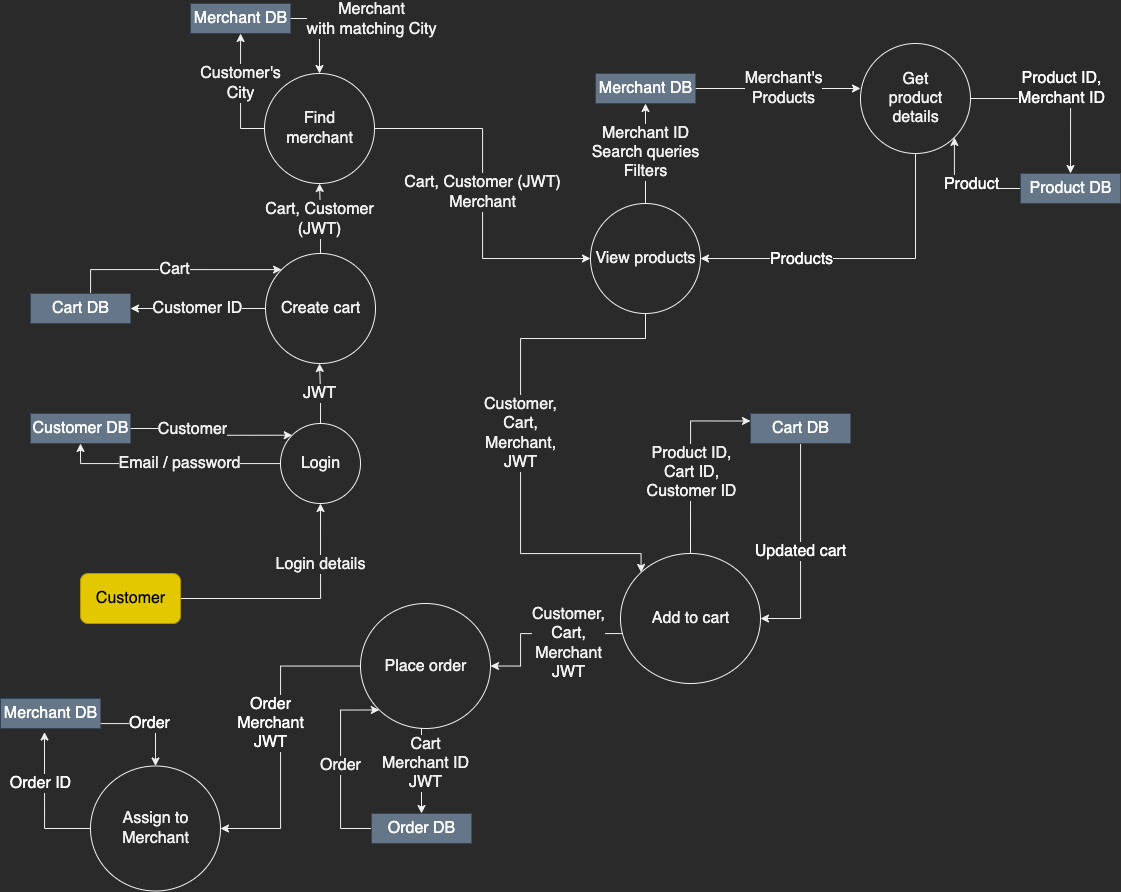
This is docs/diagrams/l1-order-products.png from fruGo-Team/fruGo, a draw.io export, as it was before one commit. Source tidied: cells renumbered, new cells last; positions are measured from the earlier drawing's top-left corner, leaving out a move shared by most shapes.
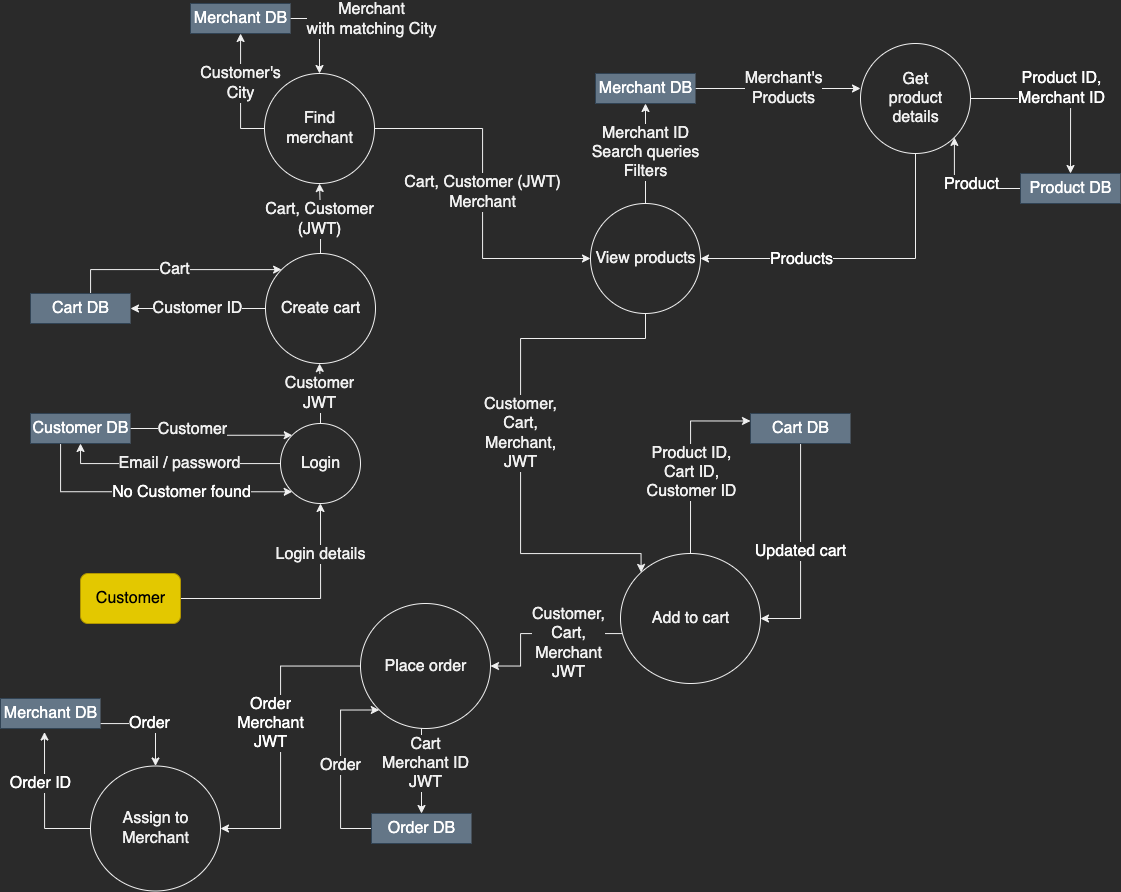
Above is the later version.

Commit message:
Add invalid Login path to L1 DD

Diff of the diagram source:
```diff
@@ -7,7 +7,7 @@
     </mxCell>
     <mxCell id="3" value="Login details" style="edgeLabel;html=1;align=center;verticalAlign=middle;fontSize=16;" parent="2" vertex="1">
       <mxGeometry x="0.21" y="1" relative="1" as="geometry">
-        <mxPoint y="-32" as="offset" />
+        <mxPoint y="-42" as="offset" />
       </mxGeometry>
     </mxCell>
     <mxCell id="4" value="Customer" style="html=1;dashed=0;whitespace=wrap;fontSize=16;fillColor=#e3c800;fontColor=#000000;strokeColor=#B09500;rounded=1;" parent="1" vertex="1">
@@ -21,7 +21,7 @@
         <mxPoint x="1" as="offset" />
       </mxGeometry>
     </mxCell>
-    <mxCell id="7" value="JWT" style="edgeStyle=orthogonalEdgeStyle;rounded=0;jettySize=auto;html=1;fontSize=16;" parent="1" edge="1" source="8">
+    <mxCell id="7" value="Customer&lt;br&gt;JWT" style="edgeStyle=orthogonalEdgeStyle;rounded=0;jettySize=auto;html=1;fontSize=16;" parent="1" edge="1" source="8">
       <mxGeometry relative="1" as="geometry">
         <mxPoint x="319" y="360" as="targetPoint" />
       </mxGeometry>
@@ -37,6 +37,18 @@
         <mxPoint x="10" y="3" as="offset" />
       </mxGeometry>
     </mxCell>
+    <mxCell id="50" style="edgeStyle=orthogonalEdgeStyle;rounded=0;jettySize=auto;html=1;entryX=0;entryY=1;entryDx=0;entryDy=0;fontSize=16;fontColor=#FFFFFF;startArrow=none;startFill=0;endArrow=classic;endFill=1;" parent="1" edge="1" source="11" target="8">
+      <mxGeometry relative="1" as="geometry">
+        <Array as="points">
+          <mxPoint x="60" y="488" />
+        </Array>
+      </mxGeometry>
+    </mxCell>
+    <mxCell id="51" value="No Customer found" style="edgeLabel;html=1;align=center;verticalAlign=middle;fontSize=16;fontColor=#FFFFFF;" parent="50" vertex="1">
+      <mxGeometry relative="1" as="geometry">
+        <mxPoint x="28" as="offset" />
+      </mxGeometry>
+    </mxCell>
     <mxCell id="11" value="Customer DB" style="html=1;dashed=0;whitespace=wrap;shape=partialRectangle;right=0;fontSize=16;fillColor=#647687;fontColor=#ffffff;strokeColor=#314354;" parent="1" vertex="1">
       <mxGeometry x="30" y="410" width="100" height="30" as="geometry" />
     </mxCell>
```
